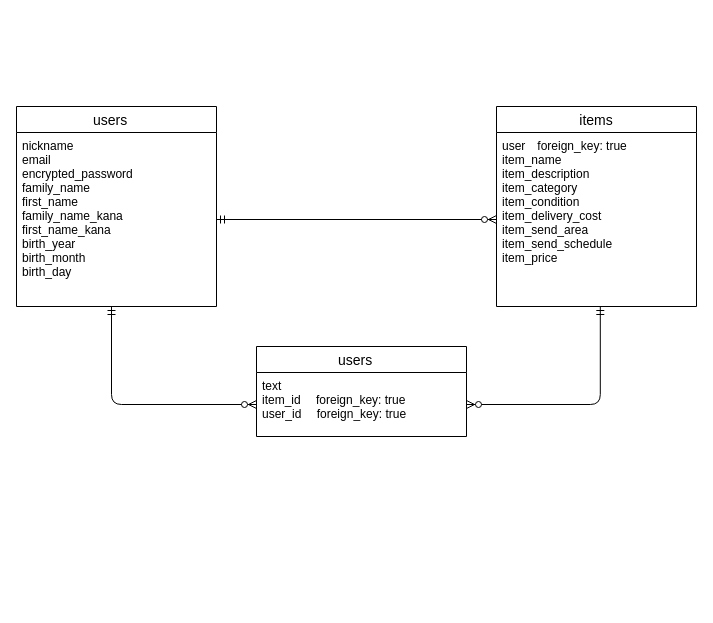
Earlier version of the draw.io diagram FURIMA.dio (tanabata000/furima-36875). Source tidied: cells renumbered, new cells numbered last; positions are measured from the earlier drawing's top-left corner, leaving out a move shared by most shapes. Both pictures are drawn from the tidied source at 100%, with x=0, y=0 at pixel (16, 106).
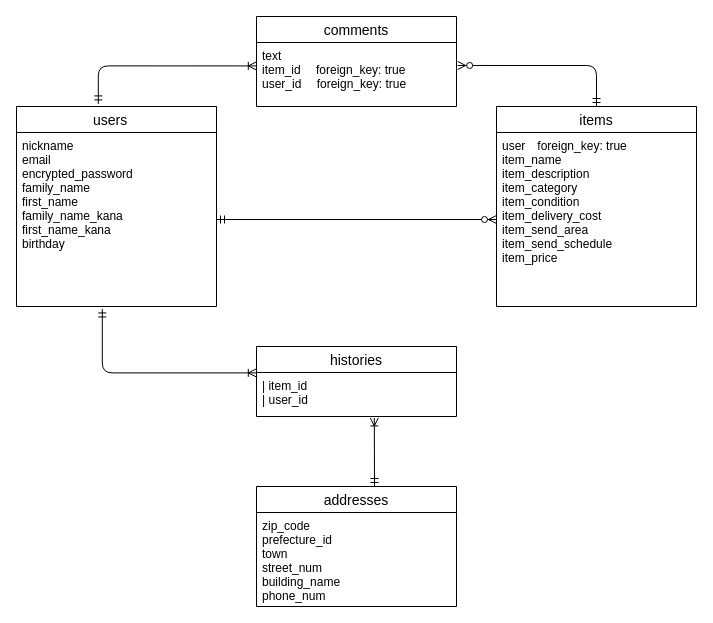
The same diagram, later.

Commit message (it also covers changes not shown here):
テーブル設計（修正01）

historiesテーブルとaddressesテーブルを追記。
アソシエーションを定義。

The change refers to these unchanged cells:
```xml
<mxCell id="2" value="users   " style="swimlane;fontStyle=0;horizontal=1;startSize=26;align=center;fontSize=14;" parent="1" vertex="1">
  <mxGeometry width="200" height="200" as="geometry" />
</mxCell>
<mxCell id="4" value="items" style="swimlane;fontStyle=0;horizontal=1;startSize=26;align=center;fontSize=14;" parent="1" vertex="1">
  <mxGeometry x="480" width="200" height="200" as="geometry" />
</mxCell>
<mxCell id="5" value="user　foreign_key: true&#10;item_name &#10;item_description&#10;item_category&#10;item_condition&#10;item_delivery_cost &#10;item_send_area &#10;item_send_schedule &#10;item_price&#10;" style="text;strokeColor=none;fillColor=none;spacingLeft=4;spacingRight=4;overflow=hidden;points=[[0,0.5],[1,0.5]];portConstraint=eastwest;fontSize=12;" parent="4" vertex="1">
  <mxGeometry y="26" width="200" height="174" as="geometry" />
</mxCell>
```

Diff of the diagram source:
```diff
@@
-    <mxCell id="3" value="nickname &#10;email&#10;encrypted_password &#10;family_name&#10;first_name&#10;family_name_kana &#10;first_name_kana &#10;birth_year &#10;birth_month&#10;birth_day " style="text;strokeColor=none;fillColor=none;spacingLeft=4;spacingRight=4;overflow=hidden;points=[[0,0.5],[1,0.5]];portConstraint=eastwest;fontSize=12;" parent="2" vertex="1">
+    <mxCell id="3" value="nickname &#10;email&#10;encrypted_password &#10;family_name&#10;first_name&#10;family_name_kana &#10;first_name_kana &#10;birthday " style="text;strokeColor=none;fillColor=none;spacingLeft=4;spacingRight=4;overflow=hidden;points=[[0,0.5],[1,0.5]];portConstraint=eastwest;fontSize=12;" parent="2" vertex="1">
       <mxGeometry y="26" width="200" height="174" as="geometry" />
     </mxCell>
@@
-    <mxCell id="6" value="users   " style="swimlane;fontStyle=0;horizontal=1;startSize=26;align=center;fontSize=14;" parent="1" vertex="1">
-      <mxGeometry x="240" y="240" width="210" height="90" as="geometry" />
+    <mxCell id="6" value="comments" style="swimlane;fontStyle=0;horizontal=1;startSize=26;align=center;fontSize=14;" parent="1" vertex="1">
+      <mxGeometry x="240" y="-90" width="200" height="90" as="geometry" />
     </mxCell>
     <mxCell id="7" value="text &#10;item_id 　foreign_key: true&#10;user_id 　foreign_key: true" style="text;strokeColor=none;fillColor=none;spacingLeft=4;spacingRight=4;overflow=hidden;points=[[0,0.5],[1,0.5]];portConstraint=eastwest;fontSize=12;" parent="6" vertex="1">
-      <mxGeometry y="26" width="210" height="64" as="geometry" />
+      <mxGeometry y="26" width="200" height="64" as="geometry" />
     </mxCell>
-    <mxCell id="8" style="edgeStyle=orthogonalEdgeStyle;fontSize=12;html=1;endArrow=ERzeroToMany;startArrow=ERmandOne;entryX=1;entryY=0.5;entryDx=0;entryDy=0;exitX=0.519;exitY=1;exitDx=0;exitDy=0;exitPerimeter=0;" parent="1" edge="1" source="5" target="7">
+    <mxCell id="8" style="edgeStyle=orthogonalEdgeStyle;fontSize=12;html=1;endArrow=ERzeroToMany;startArrow=ERmandOne;entryX=1.006;entryY=0.359;entryDx=0;entryDy=0;exitX=0.5;exitY=0;exitDx=0;exitDy=0;entryPerimeter=0;" parent="1" edge="1" source="4" target="7">
       <mxGeometry relative="1" as="geometry" />
     </mxCell>
-    <mxCell id="9" style="edgeStyle=orthogonalEdgeStyle;fontSize=12;html=1;endArrow=ERzeroToMany;startArrow=ERmandOne;entryX=0;entryY=0.5;entryDx=0;entryDy=0;" parent="1" edge="1" source="3" target="7">
-      <mxGeometry relative="1" as="geometry">
-        <Array as="points">
-          <mxPoint x="95" y="298" />
-        </Array>
-      </mxGeometry>
-    </mxCell>
@@
+    <mxCell id="11" value="histories" style="swimlane;fontStyle=0;horizontal=1;startSize=26;align=center;fontSize=14;" parent="1" vertex="1">
+      <mxGeometry x="240" y="240" width="200" height="70" as="geometry" />
+    </mxCell>
+    <mxCell id="12" value="| item_id&#10;| user_id" style="text;strokeColor=none;fillColor=none;spacingLeft=4;spacingRight=4;overflow=hidden;points=[[0,0.5],[1,0.5]];portConstraint=eastwest;fontSize=12;" parent="11" vertex="1">
+      <mxGeometry y="26" width="200" height="44" as="geometry" />
+    </mxCell>
+    <mxCell id="13" value="addresses" style="swimlane;fontStyle=0;horizontal=1;startSize=26;align=center;fontSize=14;" parent="1" vertex="1">
+      <mxGeometry x="240" y="380" width="200" height="120" as="geometry" />
+    </mxCell>
+    <mxCell id="14" value="zip_code&#10;prefecture_id &#10;town&#10;street_num&#10;building_name&#10;phone_num &#10;" style="text;strokeColor=none;fillColor=none;spacingLeft=4;spacingRight=4;overflow=hidden;fontSize=12;" parent="13" vertex="1">
+      <mxGeometry y="26" width="200" height="94" as="geometry" />
+    </mxCell>
+    <mxCell id="15" style="edgeStyle=orthogonalEdgeStyle;fontSize=12;html=1;endArrow=ERoneToMany;startArrow=ERmandOne;exitX=0.429;exitY=1.014;exitDx=0;exitDy=0;exitPerimeter=0;entryX=-0.001;entryY=0.009;entryDx=0;entryDy=0;entryPerimeter=0;" parent="1" edge="1" source="3" target="12">
+      <mxGeometry relative="1" as="geometry">
+        <Array as="points">
+          <mxPoint x="86" y="266" />
+        </Array>
+      </mxGeometry>
+    </mxCell>
+    <mxCell id="16" style="edgeStyle=orthogonalEdgeStyle;fontSize=12;html=1;endArrow=ERoneToMany;startArrow=ERmandOne;entryX=-0.001;entryY=0.366;entryDx=0;entryDy=0;entryPerimeter=0;exitX=0.409;exitY=-0.013;exitDx=0;exitDy=0;exitPerimeter=0;" parent="1" edge="1" source="2" target="7">
+      <mxGeometry relative="1" as="geometry">
+        <Array as="points">
+          <mxPoint x="82" y="-41" />
+        </Array>
+      </mxGeometry>
+    </mxCell>
+    <mxCell id="17" style="fontSize=12;html=1;endArrow=ERoneToMany;startArrow=ERmandOne;entryX=0.589;entryY=1.032;entryDx=0;entryDy=0;entryPerimeter=0;" parent="1" edge="1" target="12">
+      <mxGeometry relative="1" as="geometry">
+        <mxPoint x="358" y="380" as="sourcePoint" />
+      </mxGeometry>
+    </mxCell>
```
